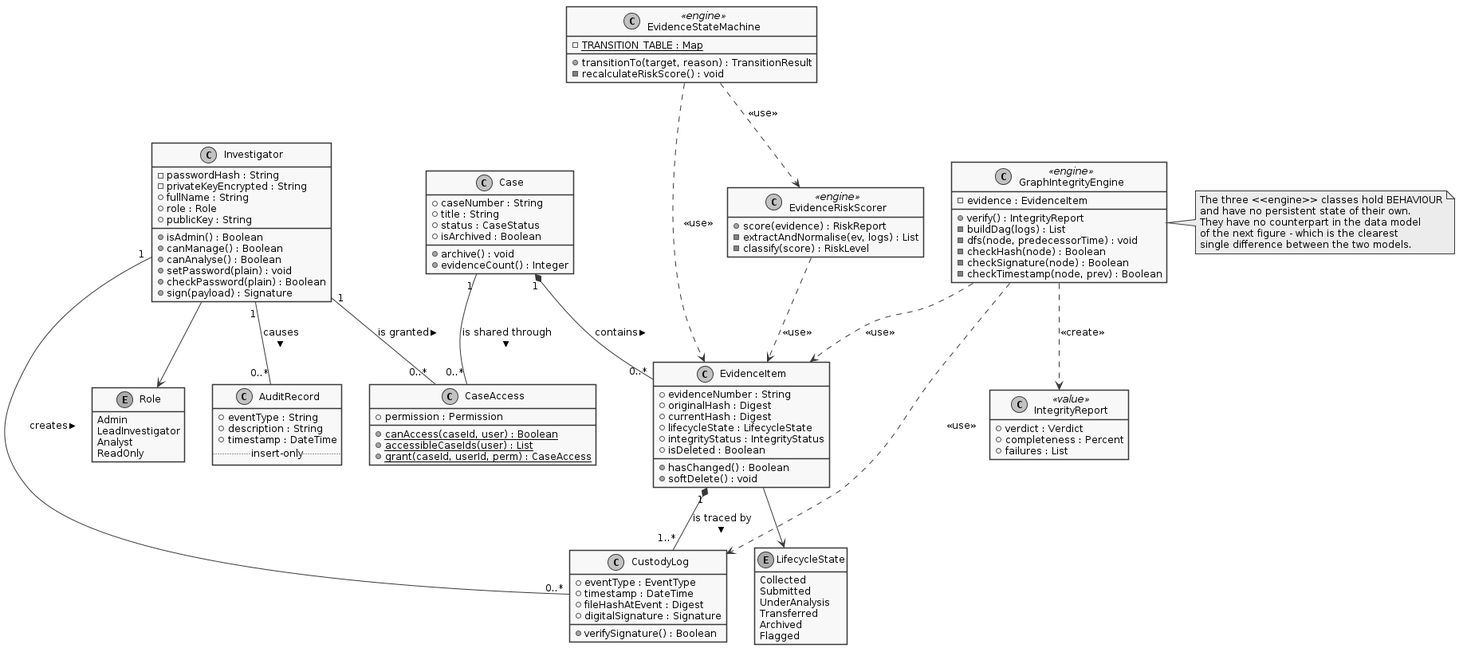
This is diagrams_v3/05_class_domain.png from vidhyaharini0/DEICMS, a PlantUML export, as it was before one commit.
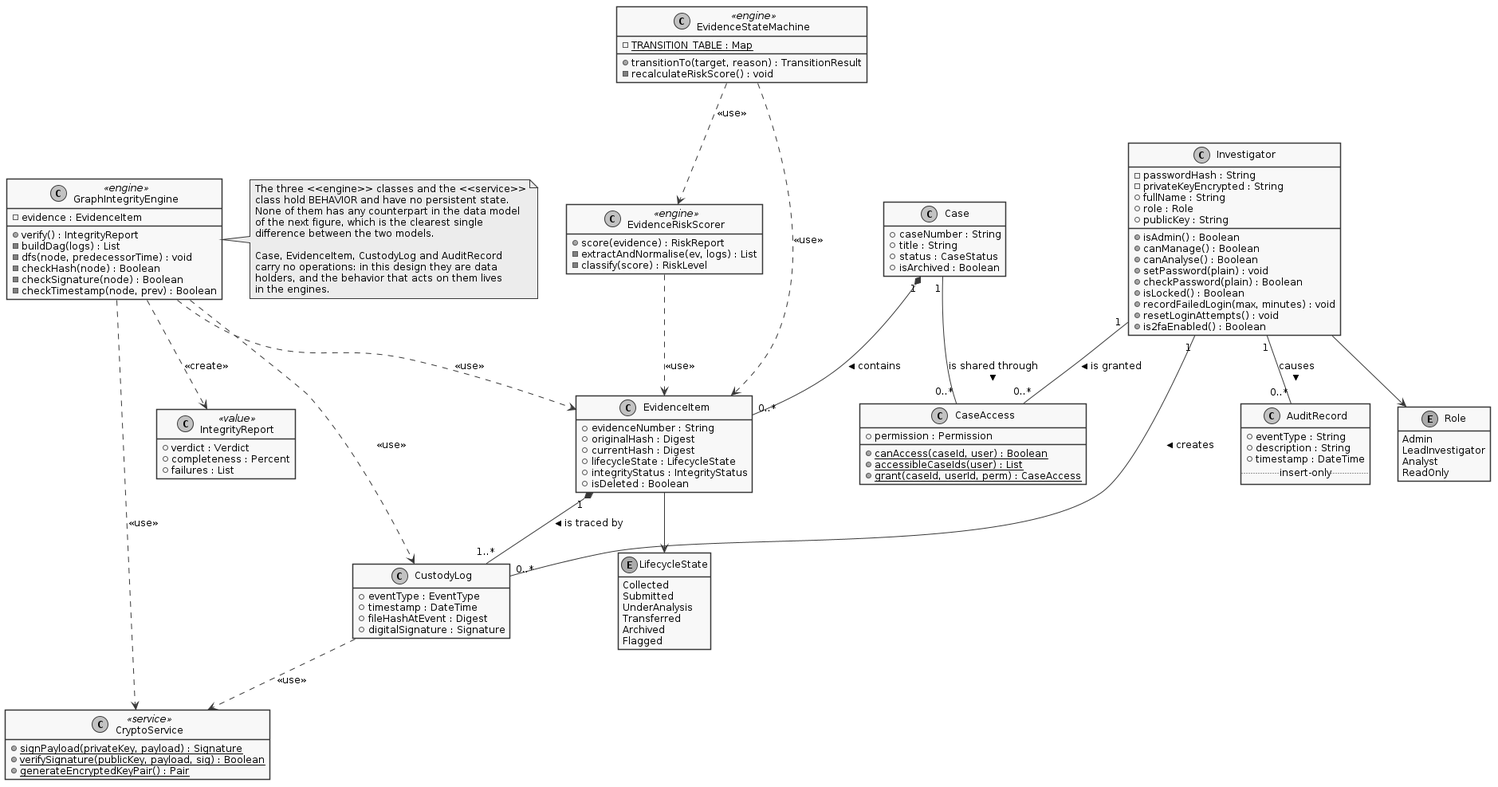
The same diagram one commit later.

Commit message:
Correct three UML diagrams against the code

What changed in the source:
```diff
@@ -17,7 +17,10 @@
   + canAnalyse() : Boolean
   + setPassword(plain) : void
   + checkPassword(plain) : Boolean
-  + sign(payload) : Signature
+  + isLocked() : Boolean
+  + recordFailedLogin(max, minutes) : void
+  + resetLoginAttempts() : void
+  + is2faEnabled() : Boolean
 }
 
 class Case {
@@ -25,8 +28,6 @@
   + title : String
   + status : CaseStatus
   + isArchived : Boolean
-  + archive() : void
-  + evidenceCount() : Integer
 }
 
 class EvidenceItem {
@@ -36,8 +37,6 @@
   + lifecycleState : LifecycleState
   + integrityStatus : IntegrityStatus
   + isDeleted : Boolean
-  + hasChanged() : Boolean
-  + softDelete() : void
 }
 
 class CustodyLog {
@@ -45,7 +44,6 @@
   + timestamp : DateTime
   + fileHashAtEvent : Digest
   + digitalSignature : Signature
-  + verifySignature() : Boolean
 }
 
 class AuditRecord {
@@ -100,6 +98,12 @@
   - recalculateRiskScore() : void
 }
 
+class CryptoService <<service>> {
+  + {static} signPayload(privateKey, payload) : Signature
+  + {static} verifySignature(publicKey, payload, sig) : Boolean
+  + {static} generateEncryptedKeyPair() : Pair
+}
+
 class IntegrityReport <<value>> {
   + verdict : Verdict
   + completeness : Percent
@@ -118,15 +122,22 @@
 GraphIntegrityEngine ..> EvidenceItem : <<use>>
 GraphIntegrityEngine ..> CustodyLog : <<use>>
 GraphIntegrityEngine ..> IntegrityReport : <<create>>
+GraphIntegrityEngine ..> CryptoService : <<use>>
+CustodyLog ..> CryptoService : <<use>>
 EvidenceRiskScorer ..> EvidenceItem : <<use>>
 EvidenceStateMachine ..> EvidenceItem : <<use>>
 EvidenceStateMachine ..> EvidenceRiskScorer : <<use>>
 
 note right of GraphIntegrityEngine
-  The three <<engine>> classes hold BEHAVIOUR
-  and have no persistent state of their own.
-  They have no counterpart in the data model
-  of the next figure - which is the clearest
-  single difference between the two models.
+  The three <<engine>> classes and the <<service>>
+  class hold BEHAVIOR and have no persistent state.
+  None of them has any counterpart in the data model
+  of the next figure, which is the clearest single
+  difference between the two models.
+
+  Case, EvidenceItem, CustodyLog and AuditRecord
+  carry no operations: in this design they are data
+  holders, and the behavior that acts on them lives
+  in the engines.
 end note
 @enduml
```
